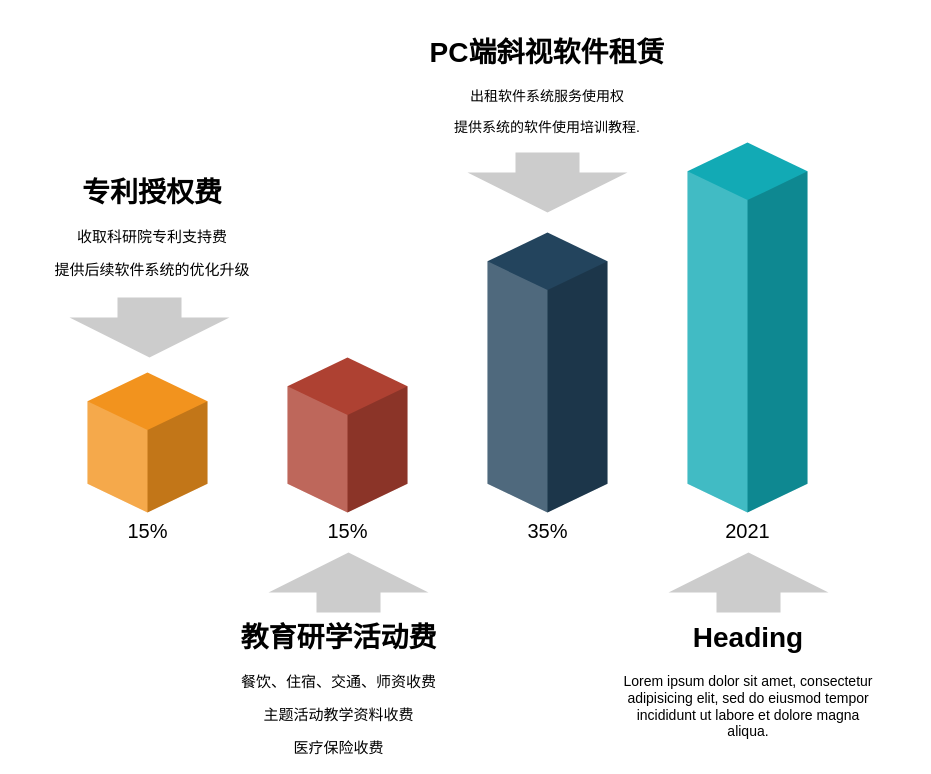
yzfzzz/DrawImage keeps this draw.io diagram as Untitled Diagram.drawio. Above is the earlier version. Source tidied: cells renumbered, new cells numbered last; positions are measured from the earlier drawing's top-left corner, leaving out a move shared by most shapes. Both pictures are drawn from the tidied source at 100%, with x=0, y=0 at pixel (17, 27).
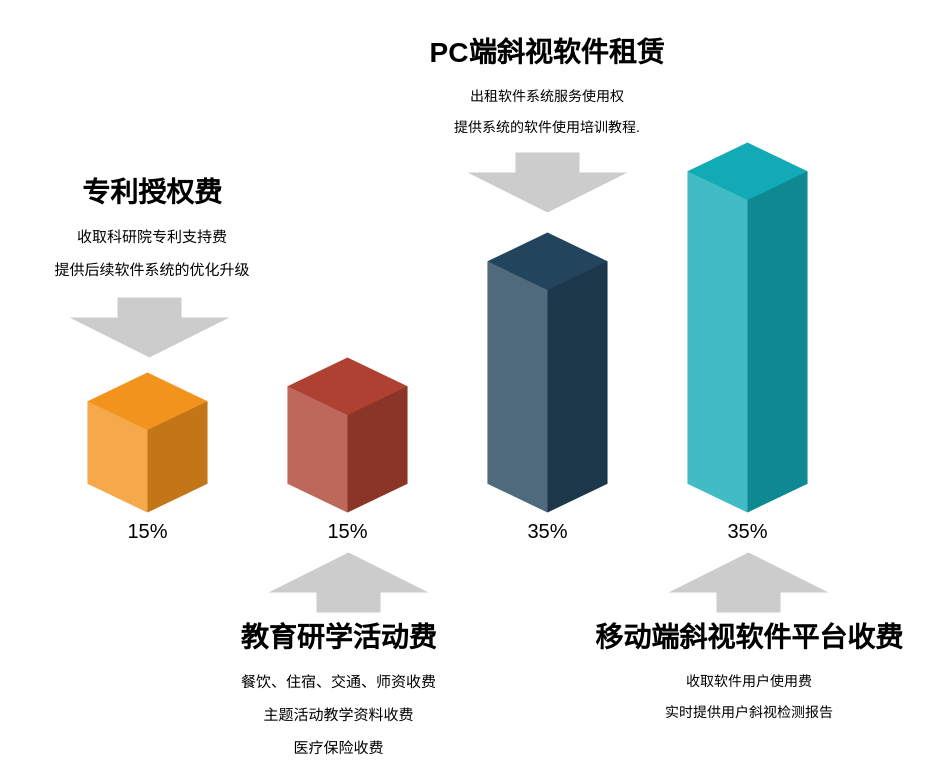
The same page after the edit.

Diff of the diagram source:
```diff
@@
 <mxGraphModel>
   <root>
     <mxCell id="0" />
     <mxCell id="1" parent="0" />
     <mxCell id="2" value="15%" style="verticalLabelPosition=bottom;verticalAlign=top;html=1;shape=mxgraph.infographic.shadedCube;isoAngle=15;fillColor=#F2931E;strokeColor=none;fontFamily=Helvetica;fontSize=20;align=center;strokeWidth=2;" parent="1" vertex="1">
       <mxGeometry x="70" y="345" width="120" height="140" as="geometry" />
     </mxCell>
     <mxCell id="3" value="15%" style="verticalLabelPosition=bottom;verticalAlign=top;html=1;shape=mxgraph.infographic.shadedCube;isoAngle=15;fillColor=#AE4132;strokeColor=none;fontFamily=Helvetica;fontSize=20;align=center;strokeWidth=2;" parent="1" vertex="1">
       <mxGeometry x="270" y="330" width="120" height="155" as="geometry" />
     </mxCell>
     <mxCell id="4" value="35%" style="verticalLabelPosition=bottom;verticalAlign=top;html=1;shape=mxgraph.infographic.shadedCube;isoAngle=15;fillColor=#23445D;strokeColor=none;fontFamily=Helvetica;fontSize=20;align=center;strokeWidth=2;" parent="1" vertex="1">
       <mxGeometry x="470" y="205" width="120" height="280" as="geometry" />
     </mxCell>
-    <mxCell id="5" value="2021" style="verticalLabelPosition=bottom;verticalAlign=top;html=1;shape=mxgraph.infographic.shadedCube;isoAngle=15;fillColor=#12AAB5;strokeColor=none;fontFamily=Helvetica;fontSize=20;align=center;strokeWidth=2;" parent="1" vertex="1">
+    <mxCell id="5" value="35%" style="verticalLabelPosition=bottom;verticalAlign=top;html=1;shape=mxgraph.infographic.shadedCube;isoAngle=15;fillColor=#12AAB5;strokeColor=none;fontFamily=Helvetica;fontSize=20;align=center;strokeWidth=2;" parent="1" vertex="1">
       <mxGeometry x="670" y="115" width="120" height="370" as="geometry" />
     </mxCell>
     <mxCell id="6" value="&lt;h1&gt;专利授权费&lt;/h1&gt;&lt;p style=&quot;font-size: 15px;&quot; class=&quot;MsoListParagraph&quot;&gt;&lt;font style=&quot;font-size: 15px;&quot;&gt;&lt;span&gt;收取科研院专利支持费&lt;/span&gt;&lt;/font&gt;&lt;/p&gt;&lt;span style=&quot;font-size: 15px;&quot;&gt;&lt;font style=&quot;font-size: 15px;&quot;&gt;提供后续软件系统的优化升级&lt;br&gt;&lt;/font&gt;&lt;/span&gt;&lt;p&gt;.&lt;/p&gt;" style="text;html=1;spacing=5;spacingTop=-20;whiteSpace=wrap;overflow=hidden;strokeWidth=2;fillColor=none;gradientColor=none;fontSize=14;align=center;" parent="1" vertex="1">
       <mxGeometry y="140" width="270" height="170" as="geometry" />
     </mxCell>
     <mxCell id="7" value="&lt;h1&gt;教育研学活动费&lt;/h1&gt;&lt;div style=&quot;font-size: 15px;&quot;&gt;&lt;p class=&quot;MsoListParagraph&quot;&gt;&lt;span&gt;餐饮、住宿、交通、师资收费&lt;/span&gt;&lt;span lang=&quot;EN-US&quot;&gt;&lt;/span&gt;&lt;/p&gt;&lt;p class=&quot;MsoListParagraph&quot;&gt;&lt;span&gt;&lt;/span&gt;&lt;/p&gt;&lt;p class=&quot;MsoListParagraph&quot;&gt;&lt;span&gt;主题活动教学资料收费&lt;/span&gt;&lt;span lang=&quot;EN-US&quot;&gt;&lt;/span&gt;&lt;/p&gt;&lt;p class=&quot;MsoListParagraph&quot;&gt;&lt;span&gt;&lt;span style=&quot;&quot;&gt;医疗保险收费&lt;/span&gt;&lt;br&gt;&lt;/span&gt;&lt;/p&gt;&lt;/div&gt;" style="text;html=1;spacing=5;spacingTop=-20;whiteSpace=wrap;overflow=hidden;strokeWidth=2;fillColor=none;gradientColor=none;fontSize=14;align=center;" parent="1" vertex="1">
       <mxGeometry x="196" y="585" width="251" height="145" as="geometry" />
     </mxCell>
-    <mxCell id="8" value="&lt;h1&gt;Heading&lt;/h1&gt;&lt;p&gt;Lorem ipsum dolor sit amet, consectetur adipisicing elit, sed do eiusmod tempor incididunt ut labore et dolore magna aliqua.&lt;/p&gt;" style="text;html=1;spacing=5;spacingTop=-20;whiteSpace=wrap;overflow=hidden;strokeWidth=2;fillColor=none;gradientColor=none;fontSize=14;align=center;" parent="1" vertex="1">
-      <mxGeometry x="596" y="585" width="270" height="140" as="geometry" />
+    <mxCell id="8" value="&lt;h1&gt;移动端斜视软件平台收费&lt;/h1&gt;&lt;p&gt;收取软件用户使用费&lt;/p&gt;&lt;p&gt;实时提供用户斜视检测报告&lt;/p&gt;" style="text;html=1;spacing=5;spacingTop=-20;whiteSpace=wrap;overflow=hidden;strokeWidth=2;fillColor=none;gradientColor=none;fontSize=14;align=center;" parent="1" vertex="1">
+      <mxGeometry x="567" y="585" width="330" height="140" as="geometry" />
     </mxCell>
     <mxCell id="9" value="&lt;h1&gt;PC端斜视软件租赁&lt;/h1&gt;&lt;p&gt;出租软件系统服务使用权&lt;/p&gt;&lt;p&gt;&lt;span style=&quot;background-color: initial;&quot;&gt;提供系统的软件使用培训教程&lt;/span&gt;.&lt;/p&gt;" style="text;html=1;spacing=5;spacingTop=-20;whiteSpace=wrap;overflow=hidden;strokeWidth=2;fillColor=none;gradientColor=none;fontSize=14;align=center;" parent="1" vertex="1">
       <mxGeometry x="365" width="330" height="140" as="geometry" />
     </mxCell>
     <mxCell id="10" style="html=1;shadow=0;dashed=0;align=center;verticalAlign=middle;shape=mxgraph.arrows2.arrow;dy=0.6;dx=40;direction=north;notch=0;strokeWidth=2;fillColor=#CCCCCC;fontSize=14;fontColor=#000000;strokeColor=none;" parent="1" vertex="1">
       <mxGeometry x="251" y="525" width="160" height="60" as="geometry" />
     </mxCell>
     <mxCell id="11" style="html=1;shadow=0;dashed=0;align=center;verticalAlign=middle;shape=mxgraph.arrows2.arrow;dy=0.6;dx=40;direction=north;notch=0;strokeWidth=2;fillColor=#CCCCCC;fontSize=14;fontColor=#000000;strokeColor=none;" parent="1" vertex="1">
       <mxGeometry x="651" y="525" width="160" height="60" as="geometry" />
     </mxCell>
     <mxCell id="12" style="html=1;shadow=0;dashed=0;align=center;verticalAlign=middle;shape=mxgraph.arrows2.arrow;dy=0.6;dx=40;direction=north;notch=0;strokeWidth=2;fillColor=#CCCCCC;fontSize=14;fontColor=#000000;strokeColor=none;flipV=1;" parent="1" vertex="1">
       <mxGeometry x="52" y="270" width="160" height="60" as="geometry" />
     </mxCell>
     <mxCell id="13" style="html=1;shadow=0;dashed=0;align=center;verticalAlign=middle;shape=mxgraph.arrows2.arrow;dy=0.6;dx=40;direction=north;notch=0;strokeWidth=2;fillColor=#CCCCCC;fontSize=14;fontColor=#000000;strokeColor=none;flipV=1;" parent="1" vertex="1">
       <mxGeometry x="450" y="125" width="160" height="60" as="geometry" />
     </mxCell>
   </root>
 </mxGraphModel>
```
